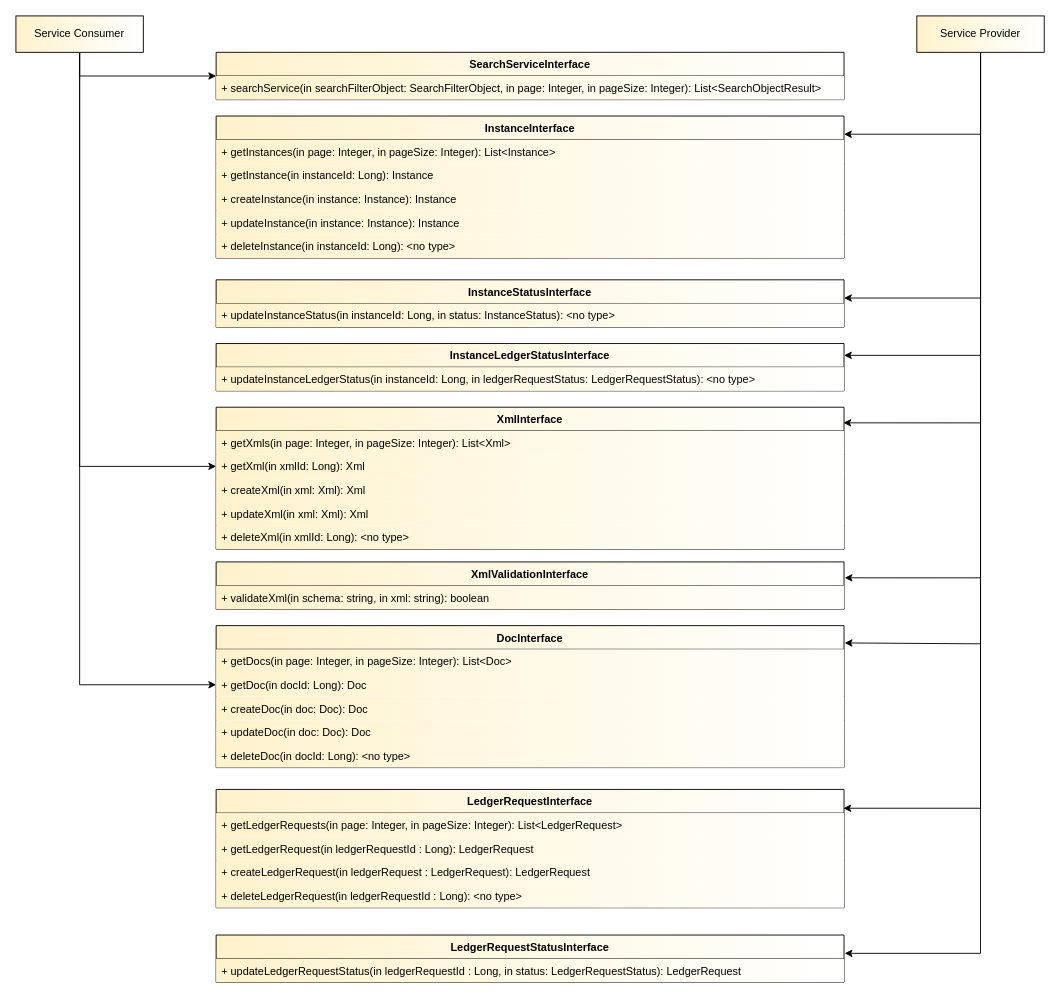
This is materials/src/interfacedefinitions.drawio from maritimeconnectivity/g1128-msr-service-specification, a draw.io file, before an edit. Source tidied: cells renumbered, new cells numbered last; positions are measured from the earlier drawing's top-left corner, leaving out a move shared by most shapes. Both pictures are drawn from the tidied source at 91%, with x=0, y=0 at pixel (15, 15).
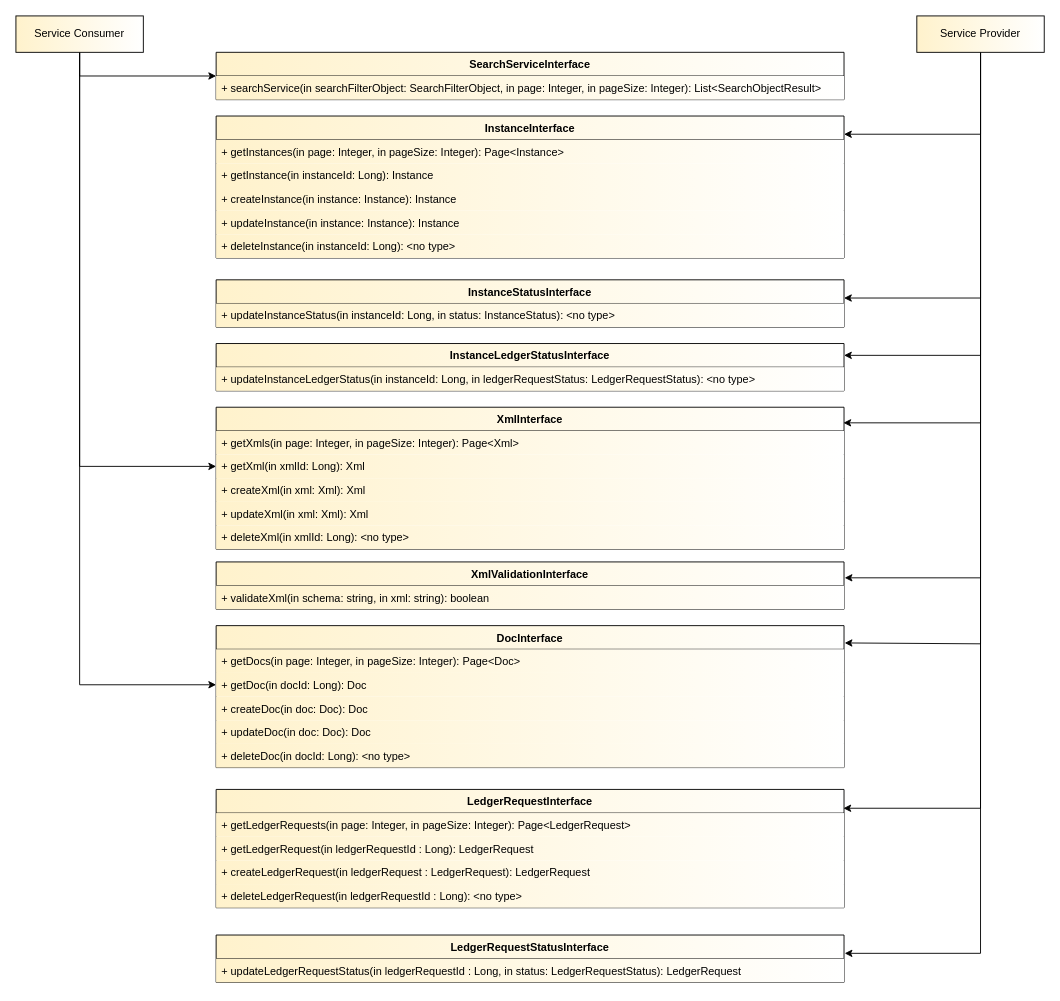
The same diagram, later.

Commit message:
Update interfacedefinitions.drawio moving lists to pages

Unchanged cells that the change refers to:
```xml
<mxCell id="2" value="InstanceInterface" style="swimlane;fontStyle=1;align=center;verticalAlign=top;horizontal=1;startSize=26;rounded=0;glass=0;fillColor=#fff2cc;gradientDirection=east;strokeColor=#000000;gradientColor=#ffffff;" parent="1" vertex="1">
  <mxGeometry x="220" y="110" width="690" height="156" as="geometry" />
</mxCell>
<mxCell id="8" value="DocInterface" style="swimlane;fontStyle=1;align=center;verticalAlign=top;horizontal=1;startSize=26;rounded=0;glass=0;fillColor=#fff2cc;gradientDirection=east;strokeColor=#000000;gradientColor=#ffffff;" parent="1" vertex="1">
  <mxGeometry x="220" y="670" width="690" height="156" as="geometry" />
</mxCell>
<mxCell id="14" value="XmlInterface" style="swimlane;fontStyle=1;align=center;verticalAlign=top;horizontal=1;startSize=26;rounded=0;glass=0;fillColor=#fff2cc;gradientDirection=east;strokeColor=#000000;gradientColor=#ffffff;" parent="1" vertex="1">
  <mxGeometry x="220" y="430" width="690" height="156" as="geometry" />
</mxCell>
<mxCell id="35" value="LedgerRequestInterface" style="swimlane;fontStyle=1;align=center;verticalAlign=top;horizontal=1;startSize=26;rounded=0;glass=0;fillColor=#fff2cc;gradientDirection=east;strokeColor=#000000;gradientColor=#ffffff;" parent="1" vertex="1">
  <mxGeometry x="220" y="850" width="690" height="130" as="geometry" />
</mxCell>
```

Change to the diagram source:
```diff
@@
-    <mxCell id="3" value="+ getInstances(in page: Integer, in pageSize: Integer): List&lt;Instance&gt;" style="text;strokeColor=none;fillColor=#fff2cc;align=left;verticalAlign=top;spacingLeft=4;spacingRight=4;overflow=hidden;rounded=0;glass=0;gradientColor=#ffffff;gradientDirection=east;strokeWidth=1;" parent="2" vertex="1">
+    <mxCell id="3" value="+ getInstances(in page: Integer, in pageSize: Integer): Page&lt;Instance&gt;" style="text;strokeColor=none;fillColor=#fff2cc;align=left;verticalAlign=top;spacingLeft=4;spacingRight=4;overflow=hidden;rounded=0;glass=0;gradientColor=#ffffff;gradientDirection=east;strokeWidth=1;" parent="2" vertex="1">
       <mxGeometry y="26" width="690" height="26" as="geometry" />
     </mxCell>
@@
-    <mxCell id="9" value="+ getDocs(in page: Integer, in pageSize: Integer): List&lt;Doc&gt;" style="text;strokeColor=none;fillColor=#fff2cc;align=left;verticalAlign=top;spacingLeft=4;spacingRight=4;overflow=hidden;rounded=0;glass=0;gradientColor=#ffffff;gradientDirection=east;strokeWidth=1;" parent="8" vertex="1">
+    <mxCell id="9" value="+ getDocs(in page: Integer, in pageSize: Integer): Page&lt;Doc&gt;" style="text;strokeColor=none;fillColor=#fff2cc;align=left;verticalAlign=top;spacingLeft=4;spacingRight=4;overflow=hidden;rounded=0;glass=0;gradientColor=#ffffff;gradientDirection=east;strokeWidth=1;" parent="8" vertex="1">
       <mxGeometry y="26" width="690" height="26" as="geometry" />
     </mxCell>
@@
-    <mxCell id="15" value="+ getXmls(in page: Integer, in pageSize: Integer): List&lt;Xml&gt;" style="text;strokeColor=none;fillColor=#fff2cc;align=left;verticalAlign=top;spacingLeft=4;spacingRight=4;overflow=hidden;rounded=0;glass=0;gradientColor=#ffffff;gradientDirection=east;strokeWidth=1;" parent="14" vertex="1">
+    <mxCell id="15" value="+ getXmls(in page: Integer, in pageSize: Integer): Page&lt;Xml&gt;" style="text;strokeColor=none;fillColor=#fff2cc;align=left;verticalAlign=top;spacingLeft=4;spacingRight=4;overflow=hidden;rounded=0;glass=0;gradientColor=#ffffff;gradientDirection=east;strokeWidth=1;" parent="14" vertex="1">
       <mxGeometry y="26" width="690" height="26" as="geometry" />
     </mxCell>
@@
-    <mxCell id="36" value="+ getLedgerRequests(in page: Integer, in pageSize: Integer): List&lt;LedgerRequest&gt;" style="text;strokeColor=none;fillColor=#fff2cc;align=left;verticalAlign=top;spacingLeft=4;spacingRight=4;overflow=hidden;rounded=0;glass=0;gradientColor=#ffffff;gradientDirection=east;strokeWidth=1;" parent="35" vertex="1">
+    <mxCell id="36" value="+ getLedgerRequests(in page: Integer, in pageSize: Integer): Page&lt;LedgerRequest&gt;" style="text;strokeColor=none;fillColor=#fff2cc;align=left;verticalAlign=top;spacingLeft=4;spacingRight=4;overflow=hidden;rounded=0;glass=0;gradientColor=#ffffff;gradientDirection=east;strokeWidth=1;" parent="35" vertex="1">
       <mxGeometry y="26" width="690" height="26" as="geometry" />
     </mxCell>
```
